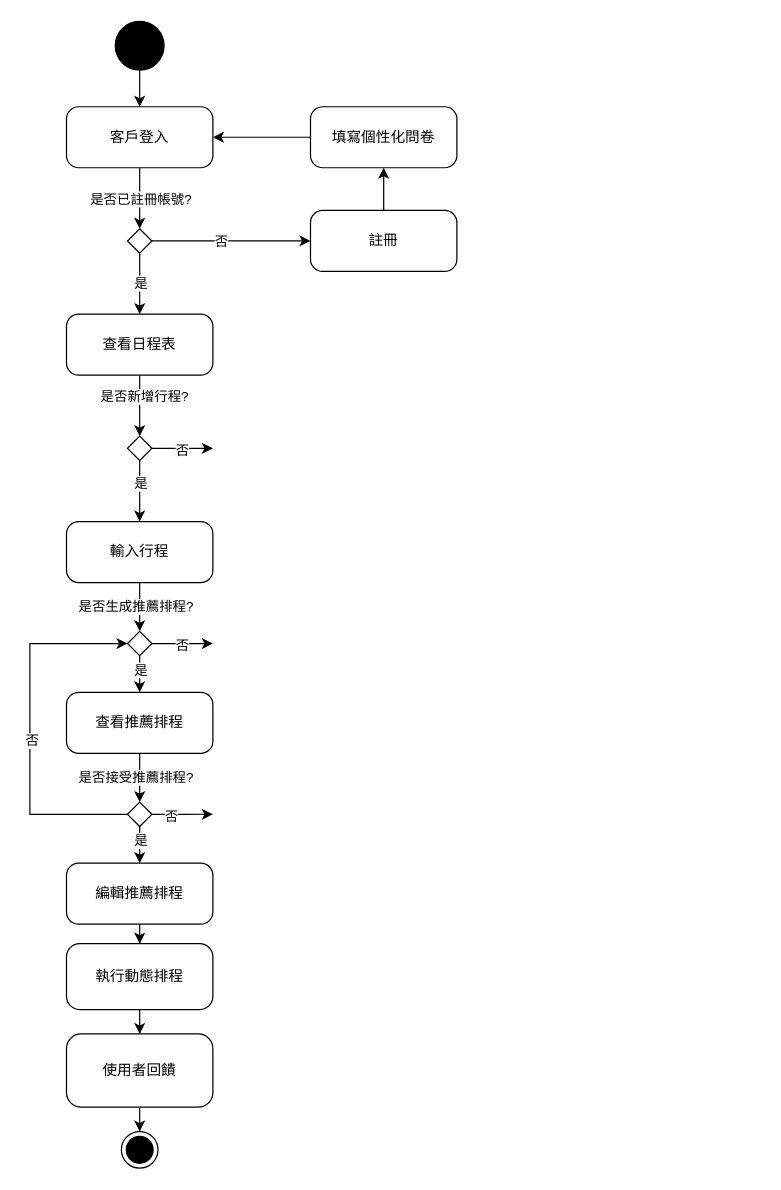
This is 活動圖.drawio from Kevincheng0804/Graduation-Topic, a draw.io file, before an edit. Source tidied: cells renumbered, new cells numbered last; positions are measured from the earlier drawing's top-left corner, leaving out a move shared by most shapes. Both pictures are drawn from the tidied source at 122%, with x=0, y=0 at pixel (29, 21).
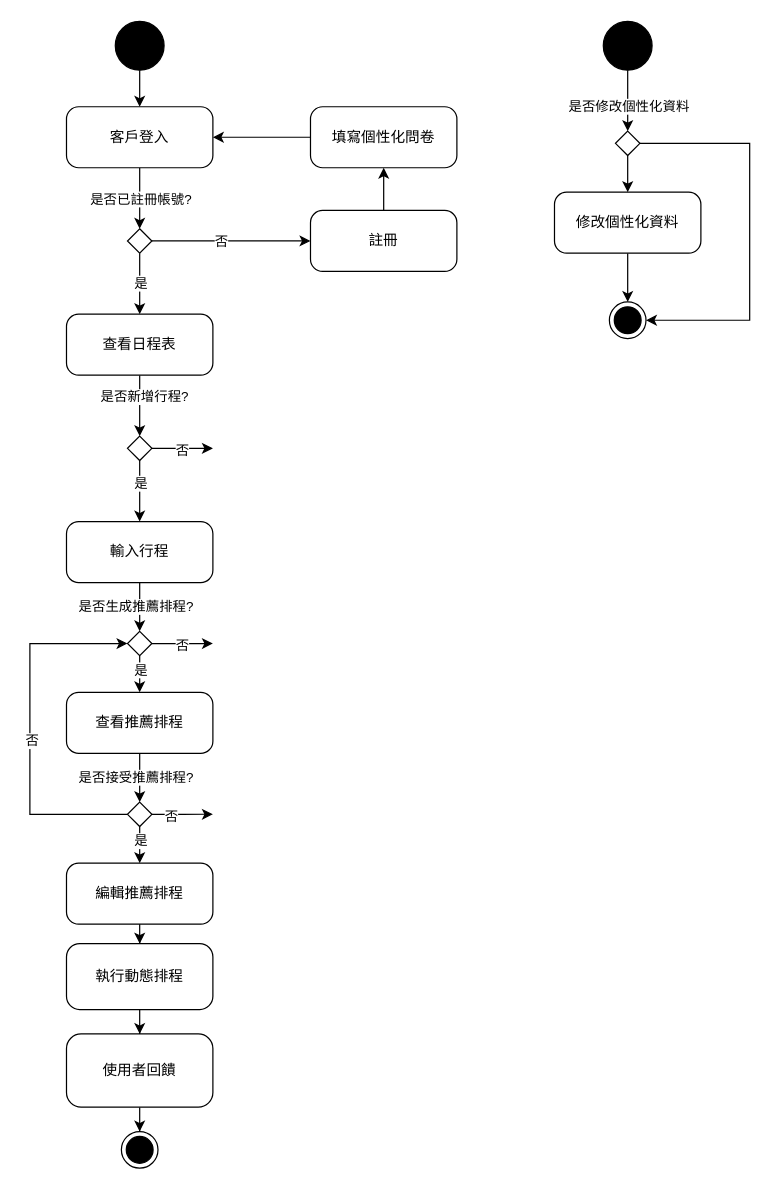
Above is the later version.

Commit message (it also covers changes not shown here):
更新活動圖.drawio

Change to the diagram source:
```diff
@@
+    <mxCell id="49" style="edgeStyle=orthogonalEdgeStyle;rounded=0;jettySize=auto;html=1;" parent="1" edge="1" source="51" target="56">
+      <mxGeometry relative="1" as="geometry" />
+    </mxCell>
+    <mxCell id="50" value="是否修改個性化資料" style="edgeLabel;html=1;align=center;verticalAlign=middle;" parent="49" vertex="1">
+      <mxGeometry x="0.15" relative="1" as="geometry" />
+    </mxCell>
+    <mxCell id="51" style="ellipse;fillColor=strokeColor;html=1;" parent="1" vertex="1">
+      <mxGeometry x="470" width="40" height="40" as="geometry" />
+    </mxCell>
+    <mxCell id="52" style="edgeStyle=orthogonalEdgeStyle;rounded=0;jettySize=auto;html=1;" parent="1" edge="1" source="53" target="57">
+      <mxGeometry relative="1" as="geometry" />
+    </mxCell>
+    <mxCell id="53" value="修改個性化資料" style="whiteSpace=wrap;html=1;dashed=0;rounded=1;arcSize=20;" parent="1" vertex="1">
+      <mxGeometry x="430" y="140" width="120" height="50" as="geometry" />
+    </mxCell>
+    <mxCell id="54" style="edgeStyle=orthogonalEdgeStyle;rounded=0;jettySize=auto;html=1;" parent="1" edge="1" source="56" target="53">
+      <mxGeometry relative="1" as="geometry" />
+    </mxCell>
+    <mxCell id="55" style="edgeStyle=orthogonalEdgeStyle;rounded=0;jettySize=auto;html=1;exitX=1;exitY=0.5;exitDx=0;exitDy=0;entryX=1;entryY=0.5;entryDx=0;entryDy=0;" parent="1" edge="1" source="56" target="57">
+      <mxGeometry relative="1" as="geometry">
+        <Array as="points">
+          <mxPoint x="590" y="100" />
+          <mxPoint x="590" y="245" />
+        </Array>
+      </mxGeometry>
+    </mxCell>
+    <mxCell id="56" style="rhombus;" parent="1" vertex="1">
+      <mxGeometry x="480" y="90" width="20" height="20" as="geometry" />
+    </mxCell>
+    <mxCell id="57" style="ellipse;html=1;shape=endState;fillColor=strokeColor;" parent="1" vertex="1">
+      <mxGeometry x="475" y="230" width="30" height="30" as="geometry" />
+    </mxCell>
```
